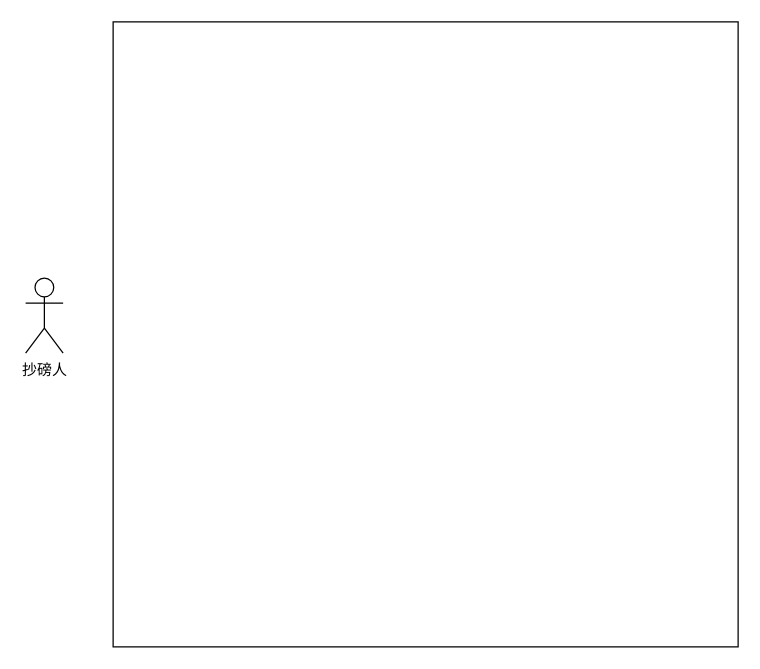
Before: 未命名绘图.drawio in AkiLeung/BlockChain, a draw.io diagram. Source tidied: cells renumbered, new cells numbered last; positions are measured from the earlier drawing's top-left corner, leaving out a move shared by most shapes. Both pictures are drawn from the tidied source at 125%, with x=0, y=0 at pixel (25, 21).
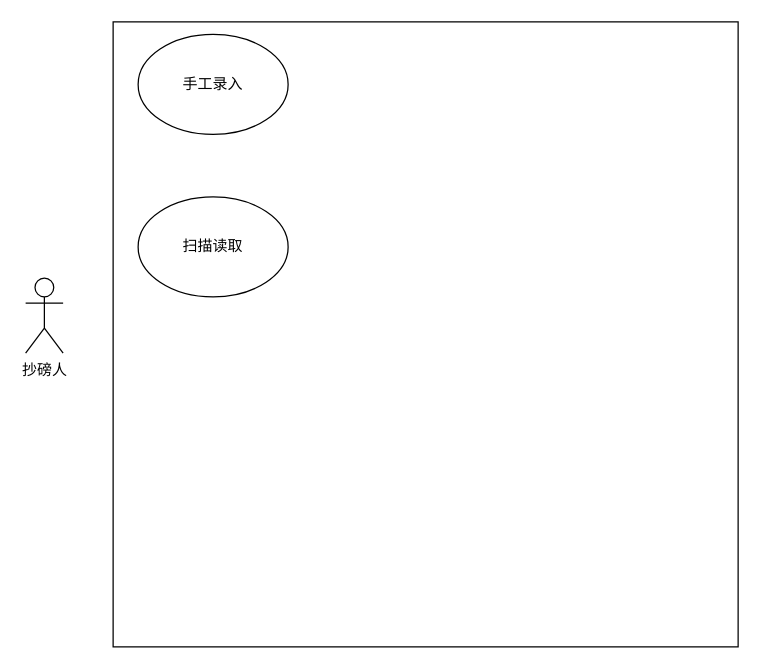
The same diagram, later.

Commit message:
更新未命名绘图.drawio

Diff of the diagram source:
```diff
@@
 <mxGraphModel>
   <root>
     <mxCell id="0" />
     <mxCell id="1" parent="0" />
     <mxCell id="2" value="抄磅人" style="shape=umlActor;verticalLabelPosition=bottom;verticalAlign=top;html=1;" parent="1" vertex="1">
       <mxGeometry y="205" width="30" height="60" as="geometry" />
     </mxCell>
     <mxCell id="3" style="whiteSpace=wrap;html=1;" parent="1" vertex="1">
       <mxGeometry x="70" width="500" height="500" as="geometry" />
     </mxCell>
+    <mxCell id="4" value="手工录入" style="ellipse;whiteSpace=wrap;html=1;" parent="1" vertex="1">
+      <mxGeometry x="90" y="10" width="120" height="80" as="geometry" />
+    </mxCell>
+    <mxCell id="5" value="扫描读取" style="ellipse;whiteSpace=wrap;html=1;" parent="1" vertex="1">
+      <mxGeometry x="90" y="140" width="120" height="80" as="geometry" />
+    </mxCell>
   </root>
 </mxGraphModel>
```
